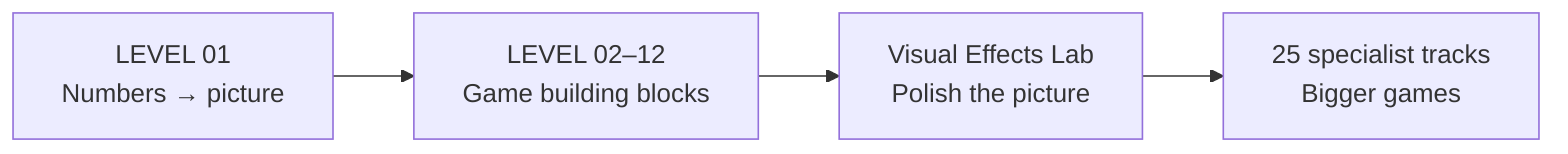
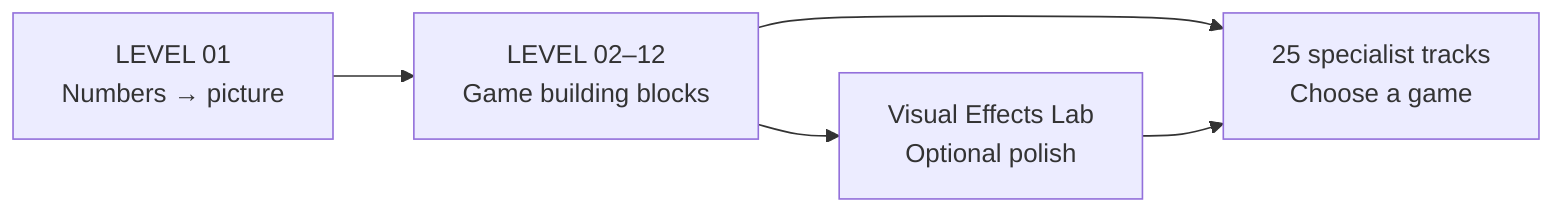
flowchart LR
  start["LEVEL 01<br/>Numbers → picture"]
  core["LEVEL 02–12<br/>Game building blocks"]
-   vfx["Visual Effects Lab<br/>Polish the picture"]
-   tracks["25 specialist tracks<br/>Bigger games"]
+   vfx["Visual Effects Lab<br/>Optional polish"]
+   tracks["25 specialist tracks<br/>Choose a game"]
  start --> core
  core --> vfx
+   core --> tracks
  vfx --> tracks
